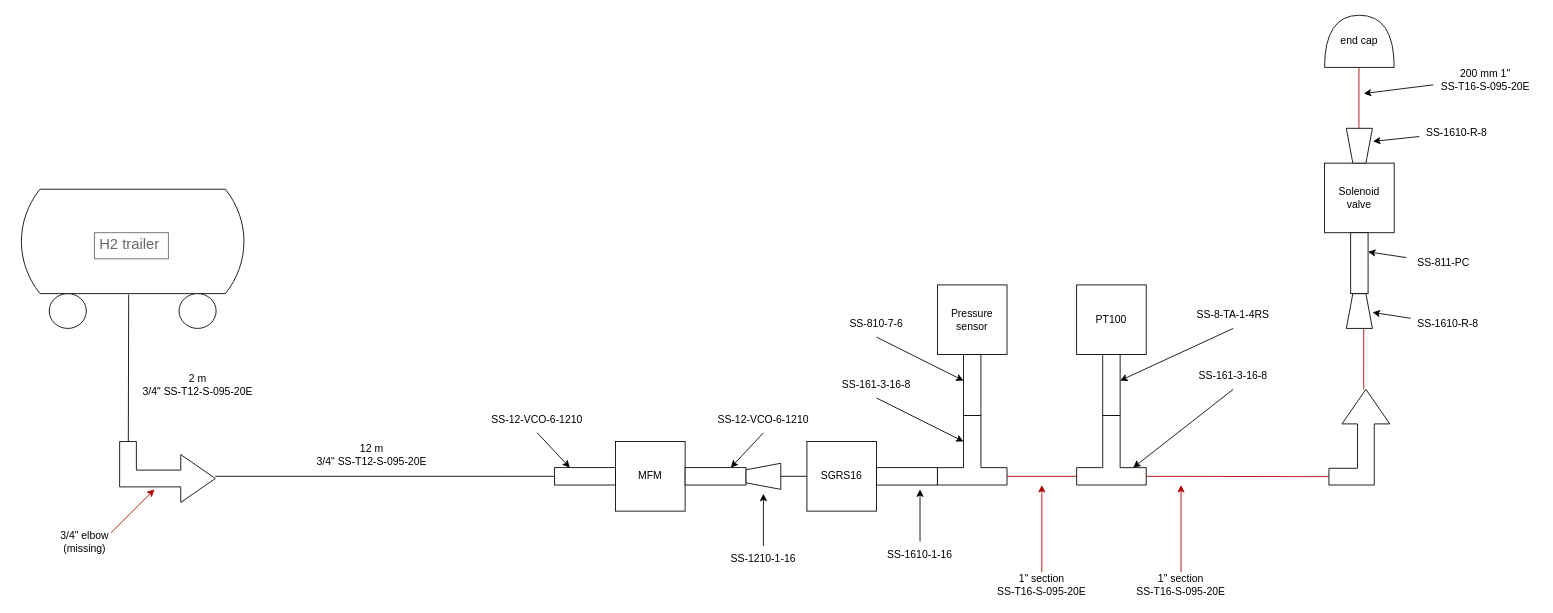
The draw.io diagram deyalyedIgnitionFullsetup.drawio in gatw/draw_io, before the edit. Source tidied: cells renumbered, new cells numbered last; positions are measured from the earlier drawing's top-left corner, leaving out a move shared by most shapes. Both pictures are drawn from the tidied source at 87%, with x=0, y=0 at pixel (15, 6).
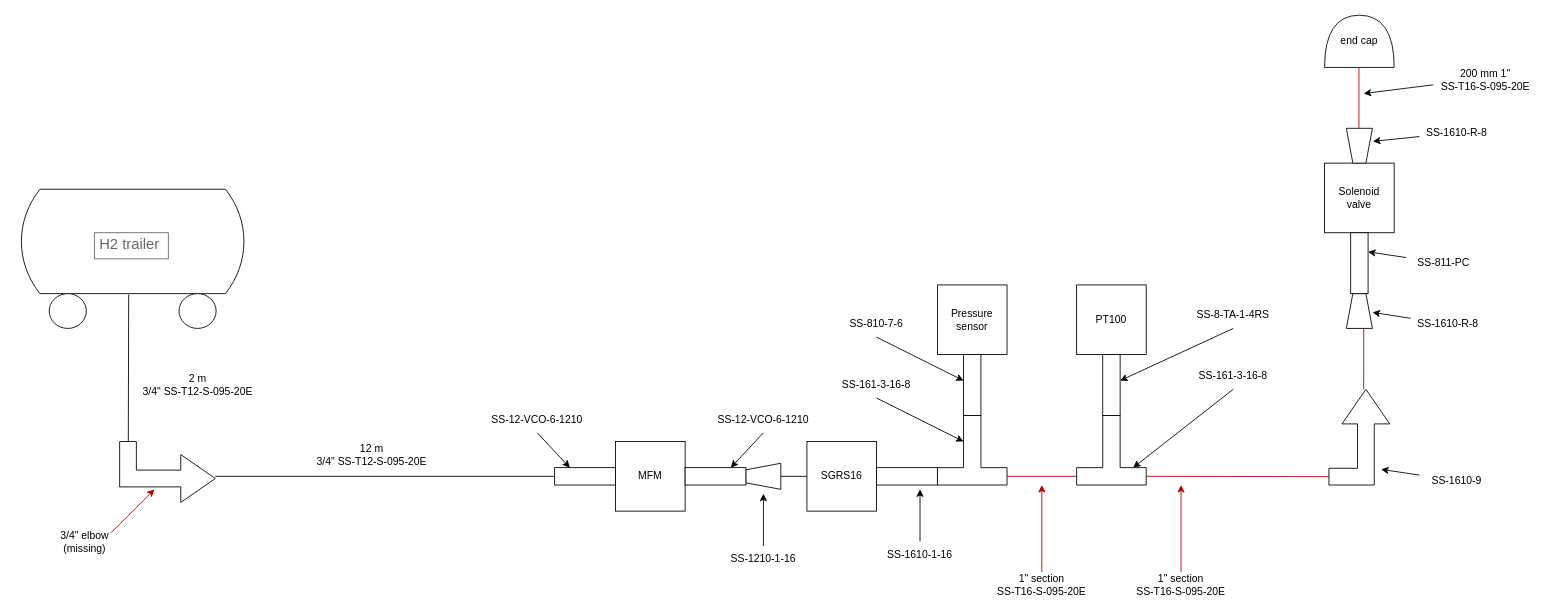
The same diagram, later.

The edit, as a diff of the source:
```diff
@@
+    <mxCell id="65" value="SS-1610-9" style="text;html=1;whiteSpace=wrap;strokeColor=none;fillColor=none;align=center;verticalAlign=middle;rounded=0;" parent="1" vertex="1">
+      <mxGeometry x="1614" y="530" width="86" height="30" as="geometry" />
+    </mxCell>
+    <mxCell id="66" style="endArrow=classic;html=1;rounded=0;defaultLabelBackgroundColor=page;entryX=0.46;entryY=1.005;entryDx=0;entryDy=0;entryPerimeter=0;" parent="1" edge="1" source="65">
+      <mxGeometry relative="1" as="geometry">
+        <mxPoint x="1570" y="532" as="targetPoint" />
+      </mxGeometry>
+    </mxCell>
```
